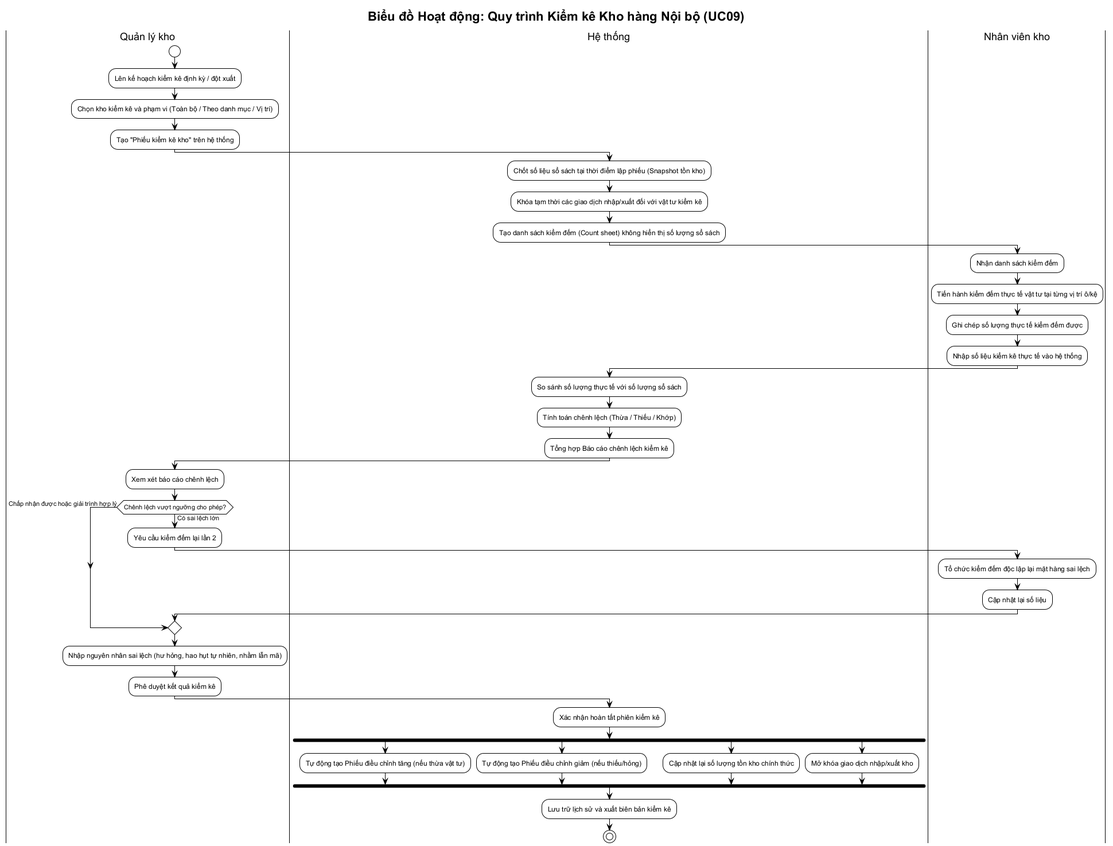
Above: BTL-QuanLyKhoHang/diagrams/activity-kiem-ke-kho.png in vuhoabinh2416137/G8_Quanlysanphamvakhohang (PlantUML), before the change.
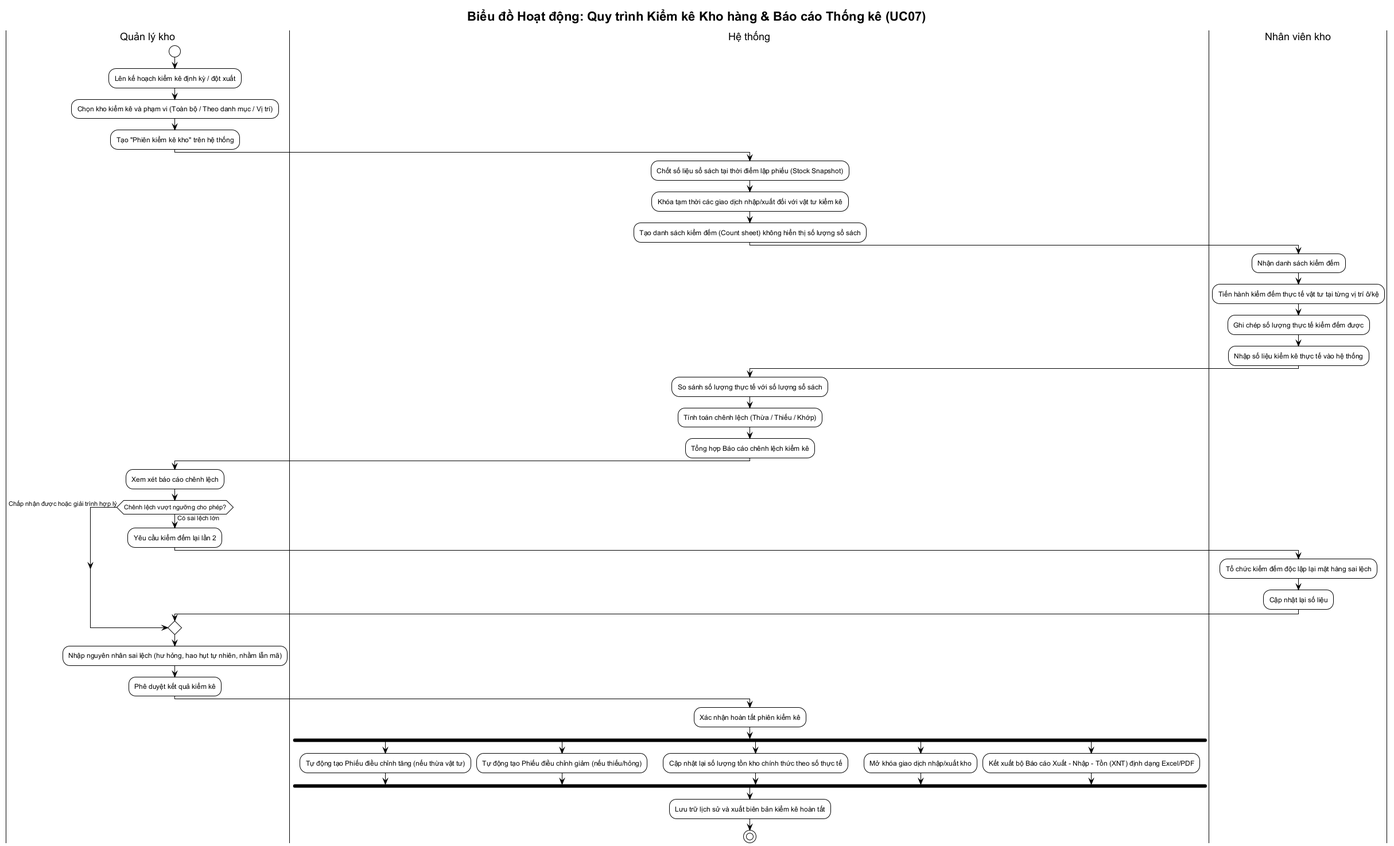
The same diagram one commit later.

The edit, as a diff of the source:
```diff
@@ -1,16 +1,16 @@
 @startuml activity-kiem-ke-kho
 !theme plain
 skinparam defaultFontName "Arial"
-title Biểu đồ Hoạt động: Quy trình Kiểm kê Kho hàng Nội bộ (UC09)
+title Biểu đồ Hoạt động: Quy trình Kiểm kê Kho hàng & Báo cáo Thống kê (UC07)
 
 |Quản lý kho|
 start
 :Lên kế hoạch kiểm kê định kỳ / đột xuất;
 :Chọn kho kiểm kê và phạm vi (Toàn bộ / Theo danh mục / Vị trí);
-:Tạo "Phiếu kiểm kê kho" trên hệ thống;
+:Tạo "Phiên kiểm kê kho" trên hệ thống;
 
 |Hệ thống|
-:Chốt số liệu sổ sách tại thời điểm lập phiếu (Snapshot tồn kho);
+:Chốt số liệu sổ sách tại thời điểm lập phiếu (Stock Snapshot);
 :Khóa tạm thời các giao dịch nhập/xuất đối với vật tư kiểm kê;
 :Tạo danh sách kiểm đếm (Count sheet) không hiển thị số lượng sổ sách;
 
@@ -46,11 +46,13 @@
 fork again
     :Tự động tạo Phiếu điều chỉnh giảm (nếu thiếu/hỏng);
 fork again
-    :Cập nhật lại số lượng tồn kho chính thức;
+    :Cập nhật lại số lượng tồn kho chính thức theo số thực tế;
 fork again
     :Mở khóa giao dịch nhập/xuất kho;
+fork again
+    :Kết xuất bộ Báo cáo Xuất - Nhập - Tồn (XNT) định dạng Excel/PDF;
 end fork
 
-:Lưu trữ lịch sử và xuất biên bản kiểm kê;
+:Lưu trữ lịch sử và xuất biên bản kiểm kê hoàn tất;
 stop
 @enduml
```
